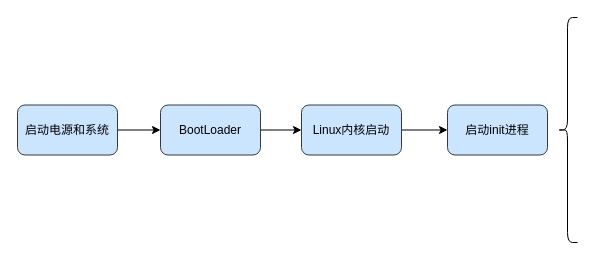
Before: notes/design/Android系统的启动流程.drawio in yyht800/SiGuoYa, a draw.io diagram. Source tidied: cells renumbered, new cells numbered last; positions are measured from the earlier drawing's top-left corner, leaving out a move shared by most shapes. Both pictures are drawn from the tidied source at 100%, with x=0, y=0 at pixel (17, 17).
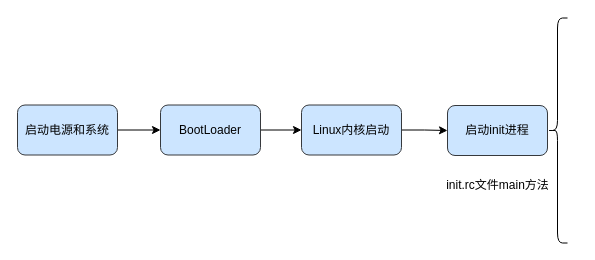
The same diagram, later.

Commit message:
更新Android系统的启动流程.drawio

Diff of the diagram source:
```diff
@@
 <mxGraphModel>
   <root>
     <mxCell id="0" />
     <mxCell id="1" parent="0" />
     <mxCell id="2" style="edgeStyle=orthogonalEdgeStyle;rounded=0;jettySize=auto;html=1;exitX=1;exitY=0.5;exitDx=0;exitDy=0;entryX=0;entryY=0.5;entryDx=0;entryDy=0;" parent="1" edge="1" source="3" target="5">
       <mxGeometry relative="1" as="geometry" />
     </mxCell>
     <mxCell id="3" value="启动电源和系统" style="rounded=1;whiteSpace=wrap;html=1;fillColor=#cce5ff;strokeColor=#36393d;" parent="1" vertex="1">
       <mxGeometry y="87.5" width="100" height="50" as="geometry" />
     </mxCell>
     <mxCell id="4" style="edgeStyle=orthogonalEdgeStyle;rounded=0;jettySize=auto;html=1;exitX=1;exitY=0.5;exitDx=0;exitDy=0;entryX=0;entryY=0.5;entryDx=0;entryDy=0;" parent="1" edge="1" source="5" target="7">
       <mxGeometry relative="1" as="geometry" />
     </mxCell>
     <mxCell id="5" value="BootLoader" style="rounded=1;whiteSpace=wrap;html=1;fillColor=#cce5ff;strokeColor=#36393d;" parent="1" vertex="1">
       <mxGeometry x="143" y="87.5" width="100" height="50" as="geometry" />
     </mxCell>
     <mxCell id="6" style="edgeStyle=orthogonalEdgeStyle;rounded=0;jettySize=auto;html=1;exitX=1;exitY=0.5;exitDx=0;exitDy=0;entryX=0;entryY=0.5;entryDx=0;entryDy=0;" parent="1" edge="1" source="7" target="8">
       <mxGeometry relative="1" as="geometry" />
     </mxCell>
     <mxCell id="7" value="Linux内核启动" style="rounded=1;whiteSpace=wrap;html=1;fillColor=#cce5ff;strokeColor=#36393d;" parent="1" vertex="1">
       <mxGeometry x="284" y="87.5" width="100" height="50" as="geometry" />
     </mxCell>
     <mxCell id="8" value="启动init进程" style="rounded=1;whiteSpace=wrap;html=1;fillColor=#cce5ff;strokeColor=#36393d;" parent="1" vertex="1">
-      <mxGeometry x="430" y="87.5" width="100" height="50" as="geometry" />
+      <mxGeometry x="430" y="88" width="100" height="50" as="geometry" />
     </mxCell>
     <mxCell id="9" style="shape=curlyBracket;whiteSpace=wrap;html=1;rounded=1;" parent="1" vertex="1">
-      <mxGeometry x="540" width="20" height="225" as="geometry" />
+      <mxGeometry x="530" y="0.5" width="20" height="225" as="geometry" />
     </mxCell>
+    <mxCell id="10" value="init.rc文件main方法" style="text;html=1;align=center;verticalAlign=middle;" parent="1" vertex="1">
+      <mxGeometry x="420" y="158" width="120" height="20" as="geometry" />
+    </mxCell>
   </root>
 </mxGraphModel>
```
